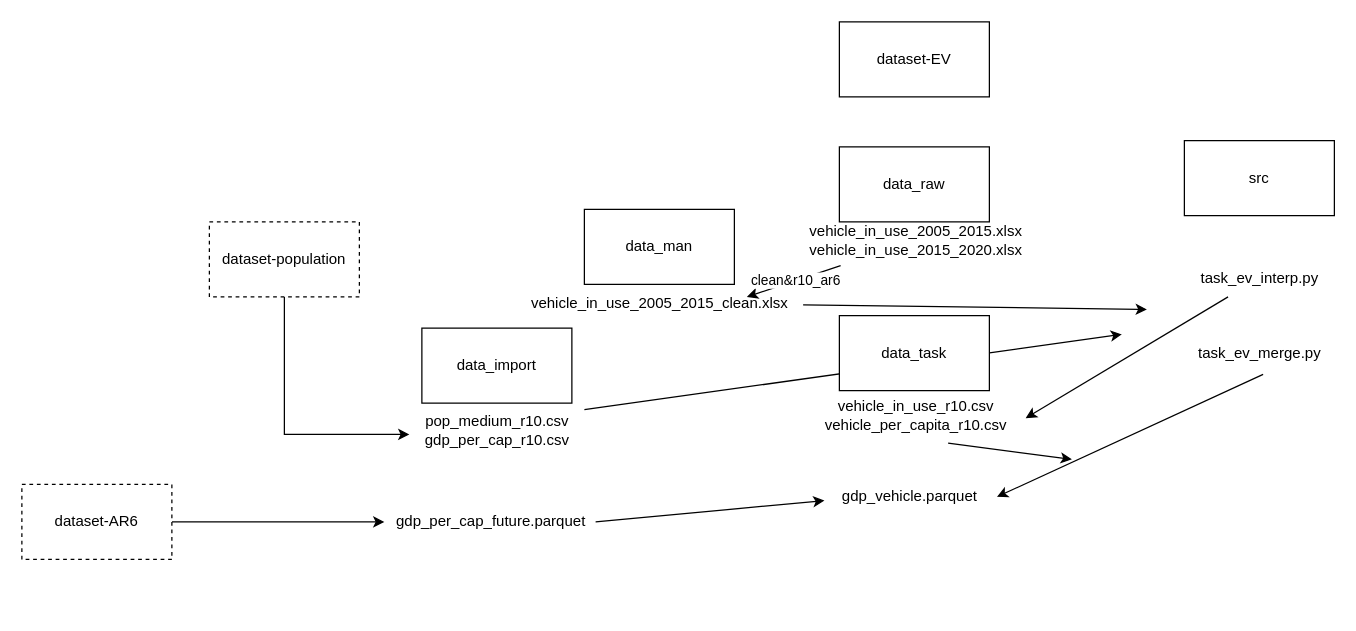
The draw.io diagram strucutre.drawio in jenchen95/dataset-EV, before the edit. Source tidied: cells renumbered, new cells numbered last; positions are measured from the earlier drawing's top-left corner, leaving out a move shared by most shapes. Both pictures are drawn from the tidied source at 125%, with x=0, y=0 at pixel (21, 21).
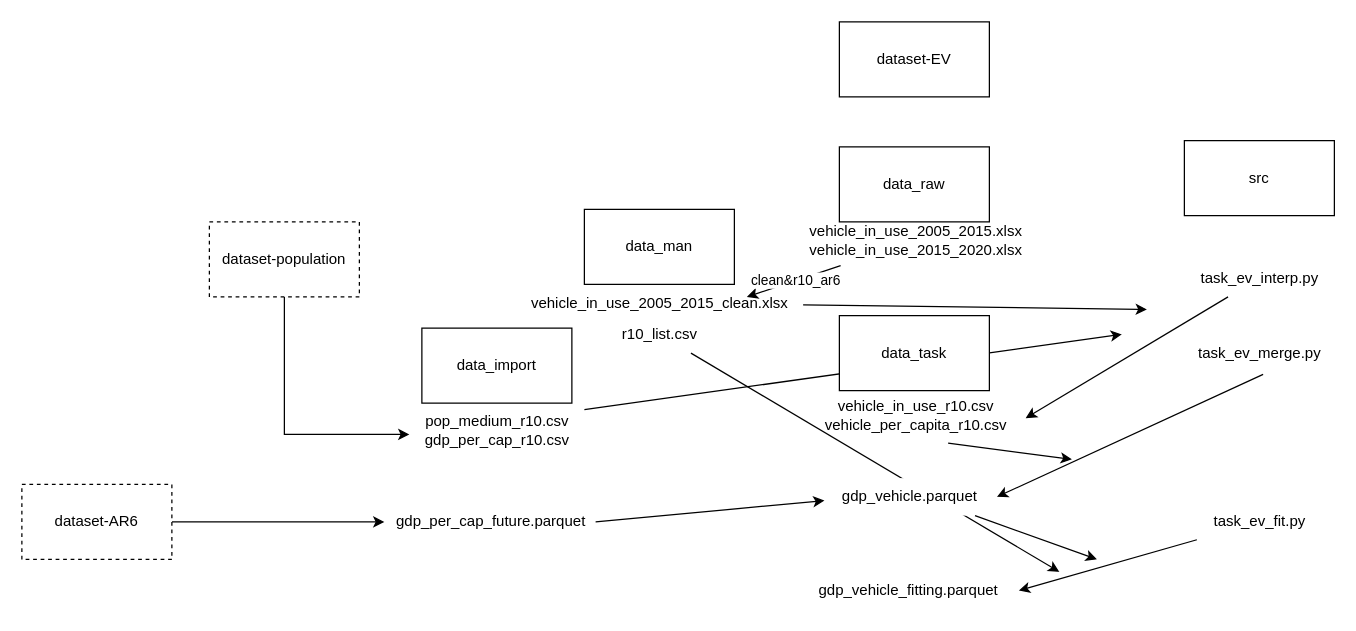
The same page after the edit.

The edit, as a diff of the source:
```diff
@@
+    <mxCell id="29" style="endArrow=classic;html=1;rounded=0;" parent="1" edge="1" source="34">
+      <mxGeometry relative="1" as="geometry">
+        <mxPoint x="830" y="440" as="targetPoint" />
+      </mxGeometry>
+    </mxCell>
@@
-    <mxCell id="27" value="gdp_vehicle.parquet" style="text;html=1;align=center;verticalAlign=middle;points=[];strokeColor=none;fillColor=none;" parent="1" vertex="1">
+    <mxCell id="27" value="gdp_vehicle.parquet" style="text;html=1;align=center;verticalAlign=middle;points=[];fillColor=default;" parent="1" vertex="1">
       <mxGeometry x="645" y="365" width="130" height="30" as="geometry" />
     </mxCell>
@@
+    <mxCell id="30" value="task_ev_fit.py" style="text;html=1;align=center;verticalAlign=middle;points=[];strokeColor=none;fillColor=none;" parent="1" vertex="1">
+      <mxGeometry x="940" y="385" width="100" height="30" as="geometry" />
+    </mxCell>
+    <mxCell id="31" value="gdp_vehicle_fitting.parquet" style="text;html=1;align=center;verticalAlign=middle;points=[];strokeColor=none;fillColor=none;" parent="1" vertex="1">
+      <mxGeometry x="624" y="440" width="170" height="30" as="geometry" />
+    </mxCell>
+    <mxCell id="32" style="endArrow=classic;html=1;rounded=0;entryX=1.021;entryY=0.5;entryDx=0;entryDy=0;entryPerimeter=0;" parent="1" edge="1" source="30" target="31">
+      <mxGeometry relative="1" as="geometry" />
+    </mxCell>
+    <mxCell id="33" style="endArrow=classic;html=1;rounded=0;exitX=0.904;exitY=1;exitDx=0;exitDy=0;exitPerimeter=0;" parent="1" edge="1" source="27">
+      <mxGeometry relative="1" as="geometry">
+        <mxPoint x="860" y="430" as="targetPoint" />
+      </mxGeometry>
+    </mxCell>
+    <mxCell id="34" value="r10_list.csv" style="text;html=1;align=center;verticalAlign=middle;points=[];strokeColor=none;fillColor=none;" parent="1" vertex="1">
+      <mxGeometry x="470" y="235" width="80" height="30" as="geometry" />
+    </mxCell>
```
